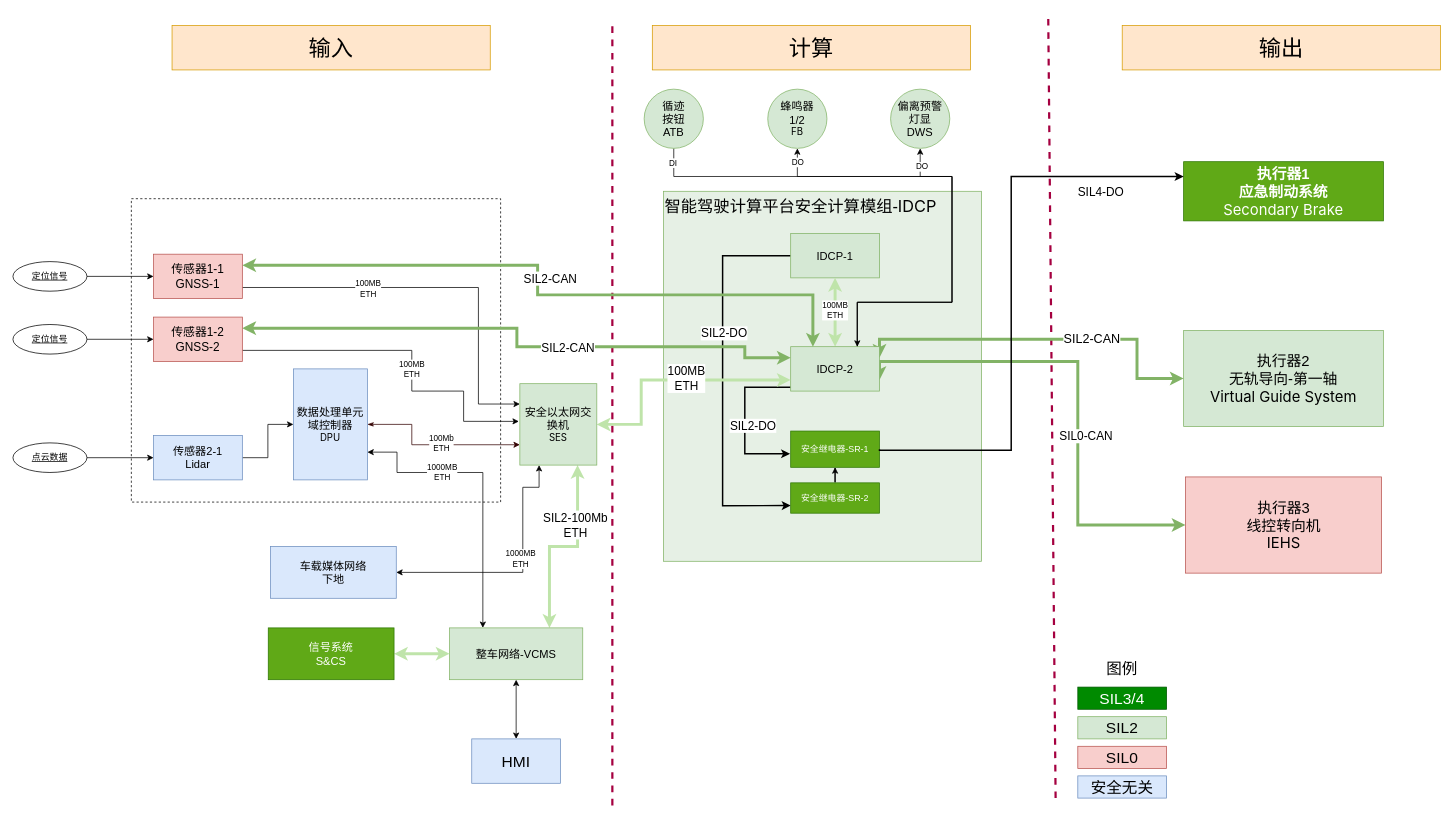
FrankWong-cs/SharingwithColleagues keeps this draw.io diagram as page "循迹系统全连接图-240415update" (1 of 8) of 马来DAS系统关联关系图.drawio. Above is the earlier version. Source tidied: cells renumbered, new cells numbered last; positions are measured from the earlier drawing's top-left corner, leaving out a move shared by most shapes. Both pictures are drawn from the tidied source at 74%, with x=0, y=0 at pixel (13, 13).
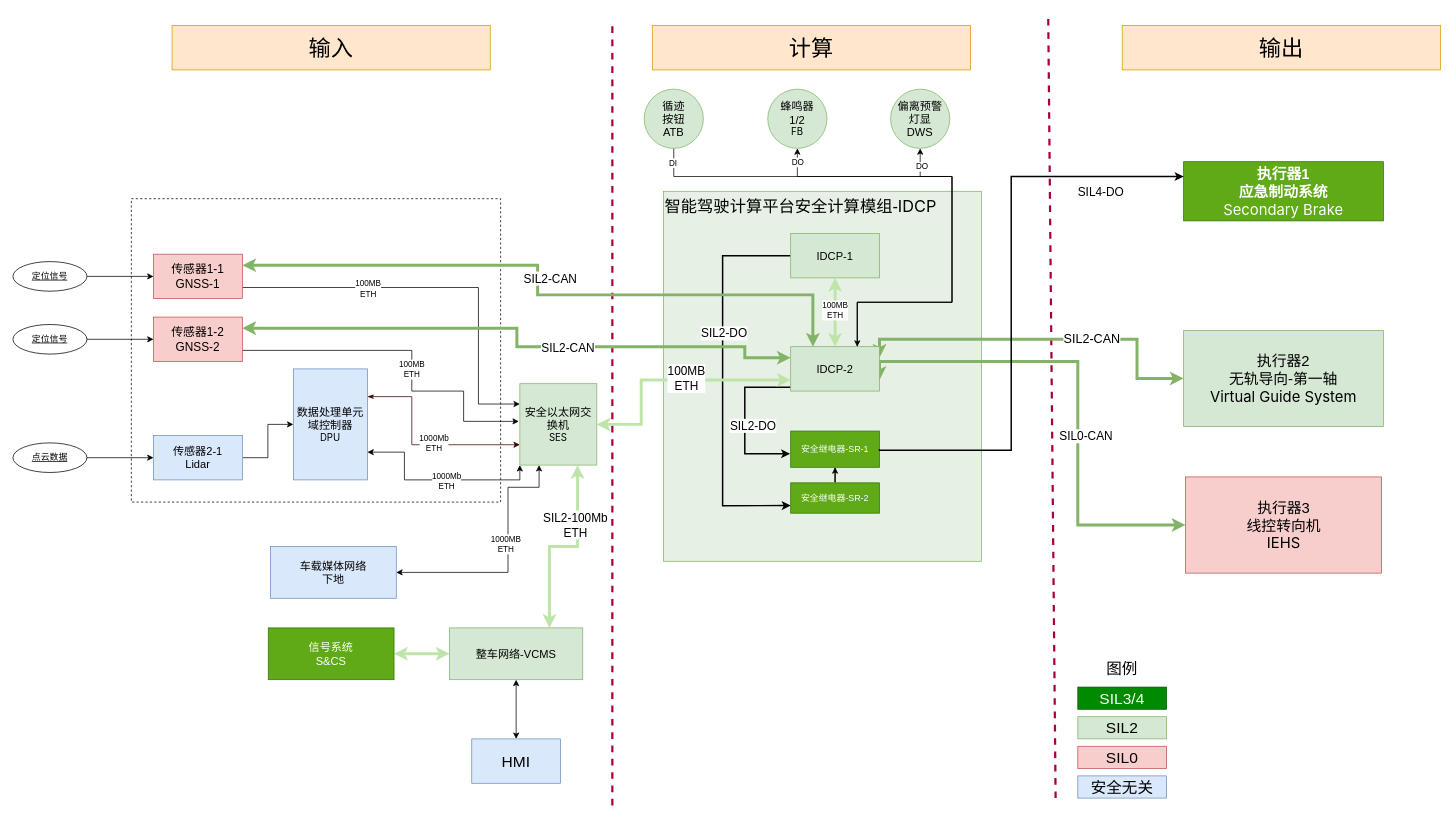
After the change.

The change refers to these unchanged cells:
```xml
<mxCell id="19" value="数据处理单元&lt;div&gt;域控制器&lt;/div&gt;&lt;div&gt;&lt;div style=&quot;font-size: 13px;&quot;&gt;&lt;div style=&quot;white-space: pre;&quot;&gt;&lt;span style=&quot;font-family: LarkHackSafariFont, LarkEmojiFont, LarkChineseQuote, -apple-system, BlinkMacSystemFont, &amp;quot;Helvetica Neue&amp;quot;, Tahoma, &amp;quot;PingFang SC&amp;quot;, &amp;quot;Microsoft Yahei&amp;quot;, Arial, &amp;quot;Hiragino Sans GB&amp;quot;, sans-serif, &amp;quot;Apple Color Emoji&amp;quot;, &amp;quot;Segoe UI Emoji&amp;quot;, &amp;quot;Segoe UI Symbol&amp;quot;, &amp;quot;Noto Color Emoji&amp;quot;;&quot;&gt;DPU&lt;/span&gt;&lt;/div&gt;&lt;/div&gt;&lt;/div&gt;" style="whiteSpace=wrap;html=1;align=center;fillColor=#dae8fc;strokeColor=#6c8ebf;verticalAlign=middle;fontSize=15;" parent="1" vertex="1">
  <mxGeometry x="379" y="480" width="100" height="150" as="geometry" />
</mxCell>
<mxCell id="32" value="整车网络-VCMS" style="whiteSpace=wrap;html=1;align=center;fontSize=15;fillColor=#d5e8d4;strokeColor=#82b366;" parent="1" vertex="1">
  <mxGeometry x="590" y="830" width="180" height="70" as="geometry" />
</mxCell>
<mxCell id="60" value="安全以太网交换机&lt;div&gt;&lt;div style=&quot;font-size: 13px;&quot;&gt;&lt;div style=&quot;white-space: pre;&quot;&gt;&lt;span style=&quot;font-family: LarkHackSafariFont, LarkEmojiFont, LarkChineseQuote, -apple-system, BlinkMacSystemFont, &amp;quot;Helvetica Neue&amp;quot;, Tahoma, &amp;quot;PingFang SC&amp;quot;, &amp;quot;Microsoft Yahei&amp;quot;, Arial, &amp;quot;Hiragino Sans GB&amp;quot;, sans-serif, &amp;quot;Apple Color Emoji&amp;quot;, &amp;quot;Segoe UI Emoji&amp;quot;, &amp;quot;Segoe UI Symbol&amp;quot;, &amp;quot;Noto Color Emoji&amp;quot;;&quot;&gt;SES&lt;/span&gt;&lt;/div&gt;&lt;/div&gt;&lt;/div&gt;" style="whiteSpace=wrap;html=1;align=center;fontSize=15;fillColor=#d5e8d4;strokeColor=#82b366;" parent="1" vertex="1">
  <mxGeometry x="685" y="500" width="104" height="110" as="geometry" />
</mxCell>
<mxCell id="75" value="车载媒体网络&lt;br&gt;下地" style="whiteSpace=wrap;html=1;align=center;fontSize=15;fillColor=#dae8fc;fontColor=default;strokeColor=#6c8ebf;rounded=0;" parent="1" vertex="1">
  <mxGeometry x="348" y="720" width="170" height="70" as="geometry" />
</mxCell>
```

What changed in the source:
```diff
@@
-    <mxCell id="17" style="edgeStyle=orthogonalEdgeStyle;rounded=0;jettySize=auto;html=1;exitX=1;exitY=0.5;exitDx=0;exitDy=0;strokeWidth=1;startArrow=classicThin;startFill=1;strokeColor=#330000;entryX=0;entryY=0.75;entryDx=0;entryDy=0;" parent="1" edge="1" source="19" target="60">
+    <mxCell id="17" style="edgeStyle=orthogonalEdgeStyle;rounded=0;jettySize=auto;html=1;exitX=1;exitY=0.25;exitDx=0;exitDy=0;strokeWidth=1;startArrow=classicThin;startFill=1;strokeColor=#330000;entryX=0;entryY=0.75;entryDx=0;entryDy=0;" parent="1" edge="1" source="19" target="60">
       <mxGeometry relative="1" as="geometry">
         <Array as="points">
-          <mxPoint x="539" y="555" />
+          <mxPoint x="539" y="518" />
           <mxPoint x="539" y="583" />
         </Array>
       </mxGeometry>
     </mxCell>
-    <mxCell id="18" value="100Mb&lt;br style=&quot;font-size: 11px;&quot;&gt;ETH" style="edgeLabel;html=1;align=center;verticalAlign=middle;fontSize=11;" parent="17" vertex="1">
+    <mxCell id="18" value="1000Mb&lt;br style=&quot;font-size: 11px;&quot;&gt;ETH" style="edgeLabel;html=1;align=center;verticalAlign=middle;fontSize=11;" parent="17" vertex="1">
       <mxGeometry x="0.44" y="-2" relative="1" as="geometry">
         <mxPoint x="-41" y="-4" as="offset" />
       </mxGeometry>
     </mxCell>
+    <mxCell id="81" style="edgeStyle=orthogonalEdgeStyle;rounded=0;jettySize=auto;html=1;exitX=1;exitY=0.75;exitDx=0;exitDy=0;entryX=0;entryY=1;entryDx=0;entryDy=0;startArrow=classic;startFill=1;" parent="1" edge="1" source="19" target="60">
+      <mxGeometry relative="1" as="geometry">
+        <Array as="points">
+          <mxPoint x="529" y="593" />
+          <mxPoint x="529" y="630" />
+          <mxPoint x="685" y="630" />
+        </Array>
+      </mxGeometry>
+    </mxCell>
+    <mxCell id="82" value="1000Mb&lt;br&gt;ETH" style="edgeLabel;html=1;align=center;verticalAlign=middle;" parent="81" vertex="1">
+      <mxGeometry x="0.09" y="-1" relative="1" as="geometry" />
+    </mxCell>
@@
-    <mxCell id="29" style="edgeStyle=orthogonalEdgeStyle;rounded=0;jettySize=auto;html=1;exitX=0.25;exitY=0;exitDx=0;exitDy=0;entryX=1;entryY=0.75;entryDx=0;entryDy=0;startArrow=classic;startFill=1;" parent="1" edge="1" source="32" target="19">
-      <mxGeometry relative="1" as="geometry">
-        <Array as="points">
-          <mxPoint x="635" y="620" />
-          <mxPoint x="519" y="620" />
-          <mxPoint x="519" y="593" />
-        </Array>
-      </mxGeometry>
-    </mxCell>
-    <mxCell id="30" value="1000MB&lt;br style=&quot;font-size: 11px;&quot;&gt;ETH" style="edgeLabel;html=1;align=center;verticalAlign=middle;fontSize=11;" parent="29" vertex="1">
-      <mxGeometry x="-0.19" y="4" relative="1" as="geometry">
-        <mxPoint x="-52" y="-52" as="offset" />
-      </mxGeometry>
-    </mxCell>
@@
     <mxCell id="73" style="edgeStyle=orthogonalEdgeStyle;rounded=0;jettySize=auto;html=1;exitX=1;exitY=0.5;exitDx=0;exitDy=0;entryX=0.25;entryY=1;entryDx=0;entryDy=0;fontFamily=Helvetica;fontSize=15;fontColor=#ffffff;startArrow=classic;startFill=1;" parent="1" edge="1" source="75" target="60">
       <mxGeometry relative="1" as="geometry">
         <Array as="points">
-          <mxPoint x="689" y="755" />
-          <mxPoint x="689" y="640" />
+          <mxPoint x="669" y="755" />
+          <mxPoint x="669" y="640" />
           <mxPoint x="711" y="640" />
         </Array>
       </mxGeometry>
     </mxCell>
```
